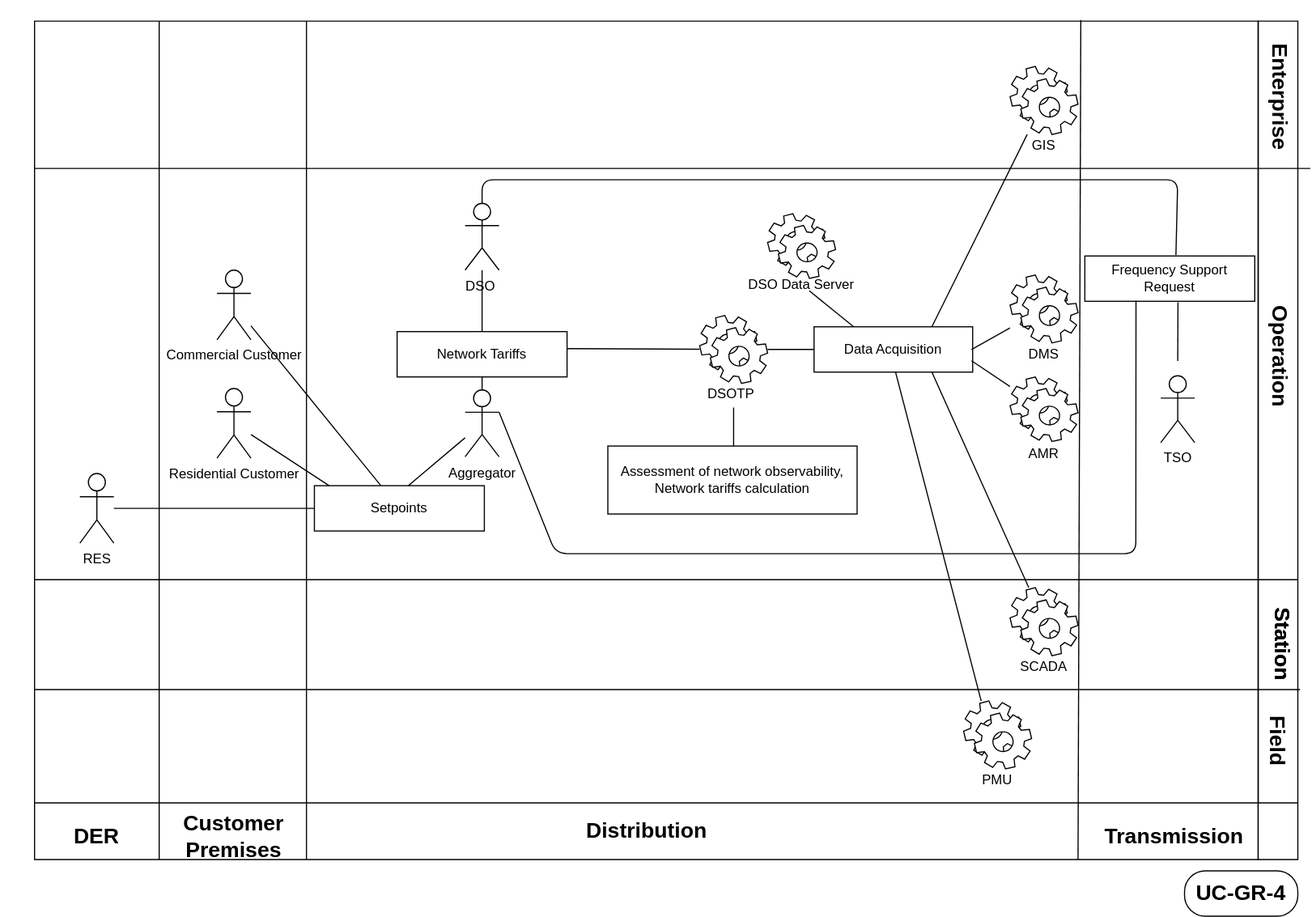
Before: docs/platone/uc-gr-4-frequency-support-by-the-distribution-network/UC_GR_1_2_3_4_UCdiagrams-UC4.svg, a diagram exported from draw.io (smart-grid-use-cases/smart-grid-use-cases.github.io). Source tidied: cells renumbered, new cells last; positions are measured from the earlier drawing's top-left corner, leaving out a move shared by most shapes. The source it was exported from:
```xml
<mxGraphModel>
  <root>
    <mxCell id="0" />
    <mxCell id="1" parent="0" />
    <mxCell id="2" value="&lt;font style=&quot;font-size: 19px;&quot;&gt;Distribution&lt;/font&gt;" style="swimlane;html=1;startSize=50;flipV=1;fontSize=19;fontStyle=1;" parent="1" vertex="1">
      <mxGeometry x="30" y="1" width="1080" height="740" as="geometry" />
    </mxCell>
    <mxCell id="3" value="GIS" style="text;html=1;strokeColor=none;fillColor=none;align=center;verticalAlign=middle;whiteSpace=wrap;rounded=0;" parent="2" vertex="1">
      <mxGeometry x="871" y="100" width="40" height="19" as="geometry" />
    </mxCell>
    <mxCell id="4" style="shape=mxgraph.bpmn.service_task;html=1;outlineConnect=0;" parent="2" vertex="1">
      <mxGeometry x="861" y="40" width="60" height="60" as="geometry" />
    </mxCell>
    <mxCell id="5" value="DMS" style="text;html=1;strokeColor=none;fillColor=none;align=center;verticalAlign=middle;whiteSpace=wrap;rounded=0;" parent="2" vertex="1">
      <mxGeometry x="871" y="284" width="40" height="19" as="geometry" />
    </mxCell>
    <mxCell id="6" style="shape=mxgraph.bpmn.service_task;html=1;outlineConnect=0;" parent="2" vertex="1">
      <mxGeometry x="861" y="224" width="60" height="60" as="geometry" />
    </mxCell>
    <mxCell id="7" value="AMR" style="text;html=1;strokeColor=none;fillColor=none;align=center;verticalAlign=middle;whiteSpace=wrap;rounded=0;" parent="2" vertex="1">
      <mxGeometry x="871" y="372" width="40" height="19" as="geometry" />
    </mxCell>
    <mxCell id="8" style="shape=mxgraph.bpmn.service_task;html=1;outlineConnect=0;" parent="2" vertex="1">
      <mxGeometry x="861" y="314" width="60" height="57" as="geometry" />
    </mxCell>
    <mxCell id="9" value="SCADA" style="text;html=1;strokeColor=none;fillColor=none;align=center;verticalAlign=middle;whiteSpace=wrap;rounded=0;" parent="2" vertex="1">
      <mxGeometry x="871" y="560" width="40" height="19" as="geometry" />
    </mxCell>
    <mxCell id="10" style="shape=mxgraph.bpmn.service_task;html=1;outlineConnect=0;gradientColor=none;" parent="2" vertex="1">
      <mxGeometry x="861" y="500" width="60" height="60" as="geometry" />
    </mxCell>
    <mxCell id="11" value="DSO&amp;nbsp;" style="shape=umlActor;verticalLabelPosition=bottom;labelBackgroundColor=#ffffff;verticalAlign=top;html=1;outlineConnect=0;" parent="2" vertex="1">
      <mxGeometry x="380" y="160.8" width="30" height="59" as="geometry" />
    </mxCell>
    <mxCell id="12" value="Data Acquisition" style="rounded=0;whiteSpace=wrap;html=1;" parent="2" vertex="1">
      <mxGeometry x="688" y="269.8" width="140" height="40" as="geometry" />
    </mxCell>
    <mxCell id="13" style="shape=mxgraph.bpmn.service_task;html=1;" parent="2" vertex="1">
      <mxGeometry x="647" y="170" width="60" height="57" as="geometry" />
    </mxCell>
    <mxCell id="14" value="Assessment of network observability, Network tariffs calculation" style="rounded=0;whiteSpace=wrap;html=1;" parent="2" vertex="1">
      <mxGeometry x="506" y="375" width="220" height="60" as="geometry" />
    </mxCell>
    <mxCell id="15" value="DSOTP" style="text;html=1;strokeColor=none;fillColor=none;align=center;verticalAlign=middle;whiteSpace=wrap;rounded=0;" parent="2" vertex="1">
      <mxGeometry x="555" y="314.8" width="120" height="27.5" as="geometry" />
    </mxCell>
    <mxCell id="16" style="shape=mxgraph.bpmn.service_task;html=1;outlineConnect=0;" parent="2" vertex="1">
      <mxGeometry x="587" y="259.8" width="60" height="60" as="geometry" />
    </mxCell>
    <mxCell id="17" style="endArrow=none;html=1;" parent="2" edge="1">
      <mxGeometry relative="1" as="geometry">
        <mxPoint y="130" as="sourcePoint" />
        <mxPoint x="1126" y="130" as="targetPoint" />
      </mxGeometry>
    </mxCell>
    <mxCell id="18" style="endArrow=none;html=1;fontSize=19;exitX=0.75;exitY=0;exitDx=0;exitDy=0;" parent="2" edge="1" target="4">
      <mxGeometry relative="1" as="geometry">
        <mxPoint x="792" y="269.8" as="sourcePoint" />
      </mxGeometry>
    </mxCell>
    <mxCell id="19" style="endArrow=none;html=1;fontSize=19;exitX=1;exitY=0.5;exitDx=0;exitDy=0;" parent="2" edge="1" target="6">
      <mxGeometry relative="1" as="geometry">
        <mxPoint x="827" y="289.8" as="sourcePoint" />
      </mxGeometry>
    </mxCell>
    <mxCell id="20" style="endArrow=none;html=1;fontSize=19;exitX=1;exitY=0.75;exitDx=0;exitDy=0;" parent="2" edge="1" target="8">
      <mxGeometry relative="1" as="geometry">
        <mxPoint x="827" y="299.8" as="sourcePoint" />
      </mxGeometry>
    </mxCell>
    <mxCell id="21" style="endArrow=none;html=1;fontSize=19;entryX=0.25;entryY=0;entryDx=0;entryDy=0;" parent="2" edge="1" source="54" target="12">
      <mxGeometry relative="1" as="geometry" />
    </mxCell>
    <mxCell id="22" style="endArrow=none;html=1;fontSize=19;entryX=0;entryY=0.5;entryDx=0;entryDy=0;" parent="2" edge="1" source="16" target="12">
      <mxGeometry relative="1" as="geometry" />
    </mxCell>
    <mxCell id="23" style="endArrow=none;html=1;fontSize=19;exitX=0.5;exitY=0;exitDx=0;exitDy=0;" parent="2" edge="1">
      <mxGeometry relative="1" as="geometry">
        <mxPoint x="617" y="375" as="sourcePoint" />
        <mxPoint x="617" y="341" as="targetPoint" />
      </mxGeometry>
    </mxCell>
    <mxCell id="24" style="endArrow=none;html=1;fontSize=19;" parent="2" edge="1" target="16">
      <mxGeometry relative="1" as="geometry">
        <mxPoint x="470" y="289" as="sourcePoint" />
      </mxGeometry>
    </mxCell>
    <mxCell id="25" style="endArrow=none;html=1;fontSize=19;exitX=0.75;exitY=1;exitDx=0;exitDy=0;" parent="2" edge="1" target="10">
      <mxGeometry relative="1" as="geometry">
        <mxPoint x="792" y="309.8" as="sourcePoint" />
      </mxGeometry>
    </mxCell>
    <mxCell id="26" style="endArrow=none;html=1;fontSize=19;entryX=0.792;entryY=1;entryDx=0;entryDy=0;entryPerimeter=0;" parent="2" edge="1">
      <mxGeometry relative="1" as="geometry">
        <mxPoint x="110" y="740" as="sourcePoint" />
        <mxPoint x="110" as="targetPoint" />
      </mxGeometry>
    </mxCell>
    <mxCell id="27" value="&lt;font style=&quot;font-size: 19px&quot;&gt;&lt;b style=&quot;font-size: 19px&quot;&gt;DER&lt;/b&gt;&lt;/font&gt;" style="text;html=1;strokeColor=none;fillColor=none;align=center;verticalAlign=middle;whiteSpace=wrap;rounded=0;fontSize=19;rotation=0;" parent="2" vertex="1">
      <mxGeometry x="-30" y="700" width="170" height="40" as="geometry" />
    </mxCell>
    <mxCell id="28" value="RES" style="shape=umlActor;verticalLabelPosition=bottom;labelBackgroundColor=#ffffff;verticalAlign=top;html=1;outlineConnect=0;" parent="2" vertex="1">
      <mxGeometry x="40" y="399.2" width="30" height="61.5" as="geometry" />
    </mxCell>
    <mxCell id="29" value="Commercial Customer" style="shape=umlActor;verticalLabelPosition=bottom;labelBackgroundColor=#ffffff;verticalAlign=top;html=1;outlineConnect=0;" parent="2" vertex="1">
      <mxGeometry x="161" y="219.8" width="30" height="61.5" as="geometry" />
    </mxCell>
    <mxCell id="30" value="Residential Customer" style="shape=umlActor;verticalLabelPosition=bottom;labelBackgroundColor=#ffffff;verticalAlign=top;html=1;outlineConnect=0;" parent="2" vertex="1">
      <mxGeometry x="161" y="324.2" width="30" height="61.5" as="geometry" />
    </mxCell>
    <mxCell id="31" value="&lt;font style=&quot;font-size: 19px&quot;&gt;&lt;b style=&quot;font-size: 19px&quot;&gt;Customer Premises&lt;/b&gt;&lt;/font&gt;" style="text;html=1;strokeColor=none;fillColor=none;align=center;verticalAlign=middle;whiteSpace=wrap;rounded=0;fontSize=19;rotation=0;" parent="2" vertex="1">
      <mxGeometry x="91" y="700" width="170" height="40" as="geometry" />
    </mxCell>
    <mxCell id="32" style="endArrow=none;html=1;fontSize=19;entryX=0.792;entryY=1;entryDx=0;entryDy=0;entryPerimeter=0;" parent="2" edge="1">
      <mxGeometry relative="1" as="geometry">
        <mxPoint x="240" y="740" as="sourcePoint" />
        <mxPoint x="240" as="targetPoint" />
      </mxGeometry>
    </mxCell>
    <mxCell id="33" value="Setpoints" style="rounded=0;whiteSpace=wrap;html=1;" parent="2" vertex="1">
      <mxGeometry x="247" y="410" width="150" height="40" as="geometry" />
    </mxCell>
    <mxCell id="34" value="Network Tariffs" style="rounded=0;whiteSpace=wrap;html=1;" parent="2" vertex="1">
      <mxGeometry x="320" y="274" width="150" height="40" as="geometry" />
    </mxCell>
    <mxCell id="35" style="endArrow=none;html=1;fontSize=19;" parent="2" edge="1" source="34" target="11">
      <mxGeometry relative="1" as="geometry" />
    </mxCell>
    <mxCell id="36" style="endArrow=none;html=1;fontSize=19;" parent="2" edge="1" source="29" target="33">
      <mxGeometry relative="1" as="geometry" />
    </mxCell>
    <mxCell id="37" style="endArrow=none;html=1;fontSize=19;entryX=0.087;entryY=0;entryDx=0;entryDy=0;entryPerimeter=0;" parent="2" edge="1" source="30" target="33">
      <mxGeometry relative="1" as="geometry" />
    </mxCell>
    <mxCell id="38" style="endArrow=none;html=1;fontSize=19;entryX=0;entryY=0.5;entryDx=0;entryDy=0;" parent="2" edge="1" source="28" target="33">
      <mxGeometry relative="1" as="geometry" />
    </mxCell>
    <mxCell id="39" style="edgeStyle=elbowEdgeStyle;shape=link;rounded=0;orthogonalLoop=1;jettySize=auto;html=1;exitX=0.5;exitY=0.5;exitDx=0;exitDy=0;exitPerimeter=0;fontSize=19;" parent="2" edge="1" source="11" target="11">
      <mxGeometry relative="1" as="geometry" />
    </mxCell>
    <mxCell id="40" value="Aggregator" style="shape=umlActor;verticalLabelPosition=bottom;labelBackgroundColor=#ffffff;verticalAlign=top;html=1;outlineConnect=0;" parent="2" vertex="1">
      <mxGeometry x="380" y="325.5" width="30" height="59" as="geometry" />
    </mxCell>
    <mxCell id="41" style="endArrow=none;html=1;fontSize=19;exitX=0.553;exitY=0;exitDx=0;exitDy=0;exitPerimeter=0;" parent="2" edge="1" source="33" target="40">
      <mxGeometry relative="1" as="geometry" />
    </mxCell>
    <mxCell id="42" style="endArrow=none;html=1;fontSize=19;entryX=0.5;entryY=0;entryDx=0;entryDy=0;entryPerimeter=0;" parent="2" edge="1" source="34" target="40">
      <mxGeometry relative="1" as="geometry" />
    </mxCell>
    <mxCell id="43" value="TSO" style="shape=umlActor;verticalLabelPosition=bottom;labelBackgroundColor=#ffffff;verticalAlign=top;html=1;" parent="2" vertex="1">
      <mxGeometry x="994" y="313" width="30" height="59" as="geometry" />
    </mxCell>
    <mxCell id="44" value="Frequency Support Request" style="rounded=0;whiteSpace=wrap;html=1;" parent="2" vertex="1">
      <mxGeometry x="927" y="207.2" width="150" height="40" as="geometry" />
    </mxCell>
    <mxCell id="45" style="endArrow=none;html=1;fontSize=19;entryX=0.548;entryY=1.024;entryDx=0;entryDy=0;entryPerimeter=0;" parent="2" edge="1" target="44">
      <mxGeometry relative="1" as="geometry">
        <mxPoint x="1009" y="300" as="sourcePoint" />
      </mxGeometry>
    </mxCell>
    <mxCell id="46" style="endArrow=none;html=1;fontSize=19;entryX=0.792;entryY=1;entryDx=0;entryDy=0;entryPerimeter=0;exitX=0;exitY=1;exitDx=0;exitDy=0;" parent="2" edge="1" source="47">
      <mxGeometry relative="1" as="geometry">
        <mxPoint x="923.4" y="-1" as="targetPoint" />
      </mxGeometry>
    </mxCell>
    <mxCell id="47" value="&lt;font style=&quot;font-size: 19px&quot;&gt;&lt;b style=&quot;font-size: 19px&quot;&gt;Transmission&lt;/b&gt;&lt;/font&gt;" style="text;html=1;strokeColor=none;fillColor=none;align=center;verticalAlign=middle;whiteSpace=wrap;rounded=0;fontSize=19;rotation=0;" parent="2" vertex="1">
      <mxGeometry x="921" y="700" width="170" height="40" as="geometry" />
    </mxCell>
    <mxCell id="48" style="endArrow=none;html=1;fontSize=19;entryX=0.536;entryY=-0.017;entryDx=0;entryDy=0;exitX=0.5;exitY=0;exitDx=0;exitDy=0;exitPerimeter=0;entryPerimeter=0;" parent="2" edge="1" source="11" target="44">
      <mxGeometry relative="1" as="geometry">
        <Array as="points">
          <mxPoint x="395" y="140" />
          <mxPoint x="1009" y="140" />
        </Array>
      </mxGeometry>
    </mxCell>
    <mxCell id="49" style="endArrow=none;html=1;fontSize=19;exitX=1;exitY=0.3333333333333333;exitDx=0;exitDy=0;exitPerimeter=0;entryX=0.301;entryY=0.984;entryDx=0;entryDy=0;entryPerimeter=0;" parent="2" edge="1" source="40" target="44">
      <mxGeometry relative="1" as="geometry">
        <Array as="points">
          <mxPoint x="460" y="470" />
          <mxPoint x="972" y="470" />
        </Array>
      </mxGeometry>
    </mxCell>
    <mxCell id="50" style="endArrow=none;html=1;fontSize=19;entryX=0;entryY=0.25;entryDx=0;entryDy=0;" parent="2" edge="1">
      <mxGeometry relative="1" as="geometry">
        <mxPoint y="590" as="sourcePoint" />
        <mxPoint x="1117" y="590" as="targetPoint" />
      </mxGeometry>
    </mxCell>
    <mxCell id="51" value="PMU" style="text;html=1;strokeColor=none;fillColor=none;align=center;verticalAlign=middle;whiteSpace=wrap;rounded=0;" parent="2" vertex="1">
      <mxGeometry x="830" y="660" width="40" height="19" as="geometry" />
    </mxCell>
    <mxCell id="52" style="shape=mxgraph.bpmn.service_task;html=1;gradientColor=none;" parent="2" vertex="1">
      <mxGeometry x="820" y="600" width="60" height="60" as="geometry" />
    </mxCell>
    <mxCell id="53" style="endArrow=none;html=1;fontSize=19;" parent="2" edge="1">
      <mxGeometry relative="1" as="geometry">
        <mxPoint x="760" y="310" as="sourcePoint" />
        <mxPoint x="835.5" y="600" as="targetPoint" />
      </mxGeometry>
    </mxCell>
    <mxCell id="54" value="DSO Data Server" style="text;html=1;strokeColor=none;fillColor=none;align=center;verticalAlign=middle;whiteSpace=wrap;rounded=0;" parent="2" vertex="1">
      <mxGeometry x="627" y="227" width="100" height="11" as="geometry" />
    </mxCell>
    <mxCell id="55" style="swimlane;html=1;startSize=50;flipV=1;fontSize=19;" parent="1" vertex="1">
      <mxGeometry x="1110" y="1" width="35" height="740" as="geometry" />
    </mxCell>
    <mxCell id="56" value="&lt;font style=&quot;font-size: 19px;&quot;&gt;&lt;b style=&quot;font-size: 19px;&quot;&gt;Enterprise&lt;/b&gt;&lt;/font&gt;" style="text;html=1;strokeColor=none;fillColor=none;align=center;verticalAlign=middle;whiteSpace=wrap;rounded=0;fontSize=19;rotation=90;" parent="55" vertex="1">
      <mxGeometry x="-66" y="47" width="170" height="40" as="geometry" />
    </mxCell>
    <mxCell id="57" value="&lt;font style=&quot;font-size: 19px;&quot;&gt;&lt;b style=&quot;font-size: 19px;&quot;&gt;Operation&lt;/b&gt;&lt;/font&gt;" style="text;html=1;strokeColor=none;fillColor=none;align=center;verticalAlign=middle;whiteSpace=wrap;rounded=0;fontSize=19;rotation=90;" parent="55" vertex="1">
      <mxGeometry x="-66" y="276" width="170" height="40" as="geometry" />
    </mxCell>
    <mxCell id="58" value="&lt;font style=&quot;font-size: 19px;&quot;&gt;&lt;b style=&quot;font-size: 19px;&quot;&gt;Station&lt;/b&gt;&lt;/font&gt;" style="text;html=1;strokeColor=none;fillColor=none;align=center;verticalAlign=middle;whiteSpace=wrap;rounded=0;fontSize=19;rotation=90;" parent="55" vertex="1">
      <mxGeometry x="-64" y="530" width="170" height="40" as="geometry" />
    </mxCell>
    <mxCell id="59" style="endArrow=none;html=1;fontSize=19;entryX=0;entryY=0.25;entryDx=0;entryDy=0;" parent="1" edge="1">
      <mxGeometry relative="1" as="geometry">
        <mxPoint x="30" y="494" as="sourcePoint" />
        <mxPoint x="1145" y="494" as="targetPoint" />
      </mxGeometry>
    </mxCell>
    <mxCell id="60" style="edgeStyle=elbowEdgeStyle;shape=link;rounded=0;orthogonalLoop=1;jettySize=auto;html=1;exitX=0.5;exitY=0.5;exitDx=0;exitDy=0;exitPerimeter=0;fontSize=19;" parent="1" edge="1">
      <mxGeometry relative="1" as="geometry">
        <mxPoint x="425" y="201.2" as="sourcePoint" />
        <mxPoint x="425" y="201.2" as="targetPoint" />
      </mxGeometry>
    </mxCell>
    <mxCell id="61" value="UC-GR-4" style="rounded=1;whiteSpace=wrap;html=1;fontSize=19;arcSize=46;fontStyle=1;" parent="1" vertex="1">
      <mxGeometry x="1045" y="751" width="100" height="40" as="geometry" />
    </mxCell>
    <mxCell id="62" value="&lt;font style=&quot;font-size: 19px;&quot;&gt;&lt;b style=&quot;font-size: 19px;&quot;&gt;Station&lt;/b&gt;&lt;/font&gt;" style="text;html=1;strokeColor=none;fillColor=none;align=center;verticalAlign=middle;whiteSpace=wrap;rounded=0;fontSize=19;rotation=90;" parent="1" vertex="1">
      <mxGeometry x="1046" y="531" width="170" height="40" as="geometry" />
    </mxCell>
    <mxCell id="63" value="&lt;font style=&quot;font-size: 19px&quot;&gt;&lt;b style=&quot;font-size: 19px&quot;&gt;Field&lt;/b&gt;&lt;/font&gt;" style="text;html=1;strokeColor=none;fillColor=none;align=center;verticalAlign=middle;whiteSpace=wrap;rounded=0;fontSize=19;rotation=90;" parent="1" vertex="1">
      <mxGeometry x="1087" y="616.5" width="81" height="40" as="geometry" />
    </mxCell>
  </root>
</mxGraphModel>
```
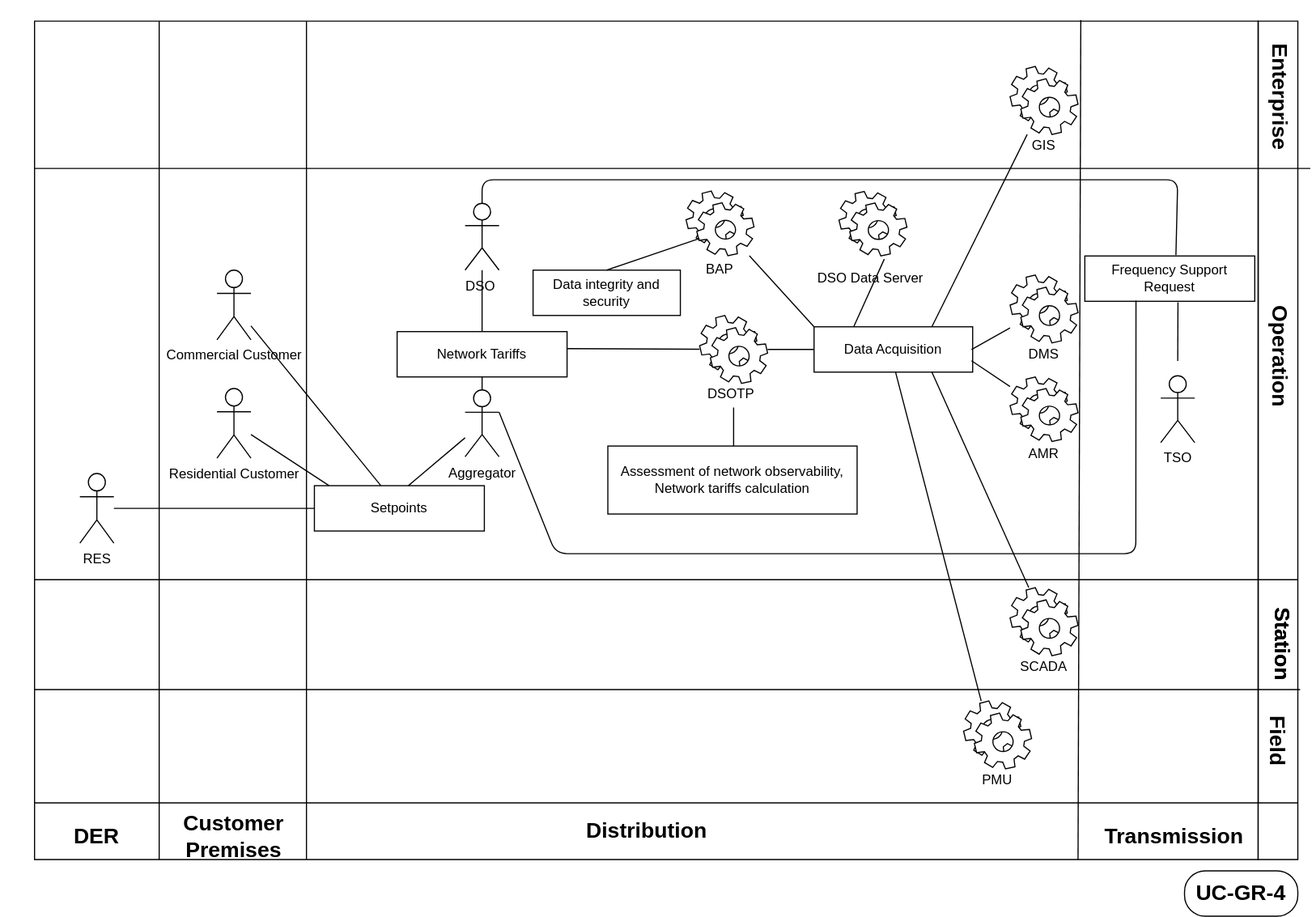
Later version of the same file.

Diff of the diagram source:
```diff
@@ -36,7 +36,7 @@
       <mxGeometry x="688" y="269.8" width="140" height="40" as="geometry" />
     </mxCell>
     <mxCell id="13" style="shape=mxgraph.bpmn.service_task;html=1;" parent="2" vertex="1">
-      <mxGeometry x="647" y="170" width="60" height="57" as="geometry" />
+      <mxGeometry x="710" y="150.2" width="60" height="57" as="geometry" />
     </mxCell>
     <mxCell id="14" value="Assessment of network observability, Network tariffs calculation" style="rounded=0;whiteSpace=wrap;html=1;" parent="2" vertex="1">
       <mxGeometry x="506" y="375" width="220" height="60" as="geometry" />
@@ -68,8 +68,10 @@
         <mxPoint x="827" y="299.8" as="sourcePoint" />
       </mxGeometry>
     </mxCell>
-    <mxCell id="21" style="endArrow=none;html=1;fontSize=19;entryX=0.25;entryY=0;entryDx=0;entryDy=0;" parent="2" edge="1" source="54" target="12">
-      <mxGeometry relative="1" as="geometry" />
+    <mxCell id="21" style="endArrow=none;html=1;fontSize=19;entryX=0.25;entryY=0;entryDx=0;entryDy=0;" parent="2" edge="1" target="12">
+      <mxGeometry relative="1" as="geometry">
+        <mxPoint x="750" y="210" as="sourcePoint" />
+      </mxGeometry>
     </mxCell>
     <mxCell id="22" style="endArrow=none;html=1;fontSize=19;entryX=0;entryY=0.5;entryDx=0;entryDy=0;" parent="2" edge="1" source="16" target="12">
       <mxGeometry relative="1" as="geometry" />
@@ -201,8 +203,25 @@
       </mxGeometry>
     </mxCell>
     <mxCell id="54" value="DSO Data Server" style="text;html=1;strokeColor=none;fillColor=none;align=center;verticalAlign=middle;whiteSpace=wrap;rounded=0;" parent="2" vertex="1">
-      <mxGeometry x="627" y="227" width="100" height="11" as="geometry" />
+      <mxGeometry x="688" y="221.8" width="100" height="11" as="geometry" />
     </mxCell>
+    <mxCell id="64" style="shape=mxgraph.bpmn.service_task;html=1;outlineConnect=0;" parent="2" vertex="1">
+      <mxGeometry x="575" y="150" width="60" height="57" as="geometry" />
+    </mxCell>
+    <mxCell id="65" style="endArrow=none;html=1;fontSize=19;entryX=0;entryY=0;entryDx=0;entryDy=0;" parent="2" edge="1" source="64" target="12">
+      <mxGeometry relative="1" as="geometry" />
+    </mxCell>
+    <mxCell id="66" value="BAP" style="text;html=1;strokeColor=none;fillColor=none;align=center;verticalAlign=middle;whiteSpace=wrap;rounded=0;" parent="2" vertex="1">
+      <mxGeometry x="555" y="213" width="100" height="11" as="geometry" />
+    </mxCell>
+    <mxCell id="67" value="Data integrity and security" style="rounded=0;whiteSpace=wrap;html=1;" parent="2" vertex="1">
+      <mxGeometry x="440" y="219.8" width="130" height="40" as="geometry" />
+    </mxCell>
+    <mxCell id="68" style="endArrow=none;html=1;fontSize=19;entryX=0;entryY=0;entryDx=0;entryDy=0;exitX=0.5;exitY=0;exitDx=0;exitDy=0;" parent="2" edge="1" source="67">
+      <mxGeometry relative="1" as="geometry">
+        <mxPoint x="587" y="191.8" as="targetPoint" />
+      </mxGeometry>
+    </mxCell>
     <mxCell id="55" style="swimlane;html=1;startSize=50;flipV=1;fontSize=19;" parent="1" vertex="1">
       <mxGeometry x="1110" y="1" width="35" height="740" as="geometry" />
     </mxCell>
```
